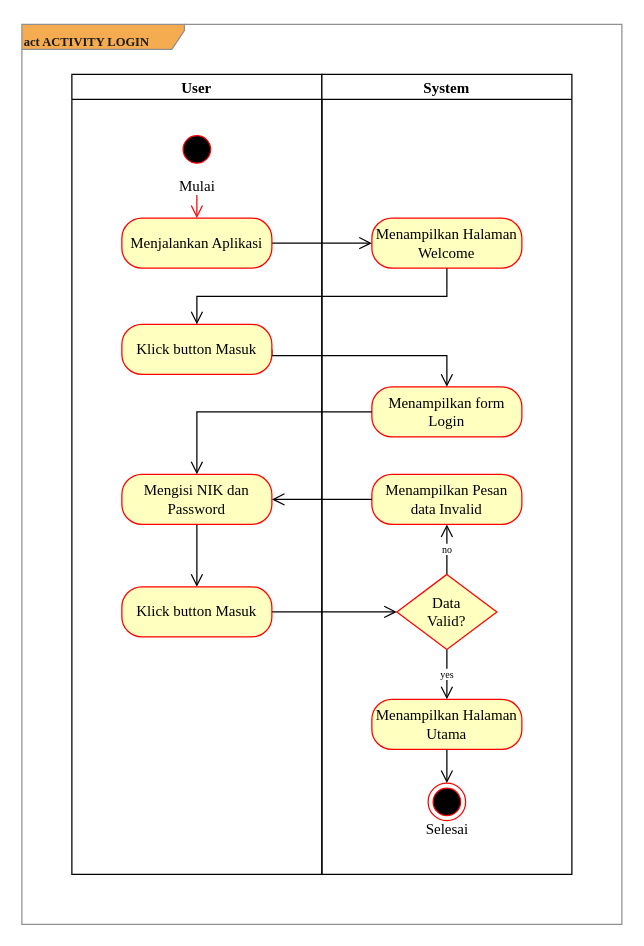
The draw.io diagram page "act-login" (2 of 4) of saga-activity-diagram-register.drawio in AkbarMarunduri/Saga-Diagram, before the edit. Source tidied: cells renumbered, new cells numbered last; positions are measured from the earlier drawing's top-left corner, leaving out a move shared by most shapes. Both pictures are drawn from the tidied source at 125%, with x=0, y=0 at pixel (21, 24).
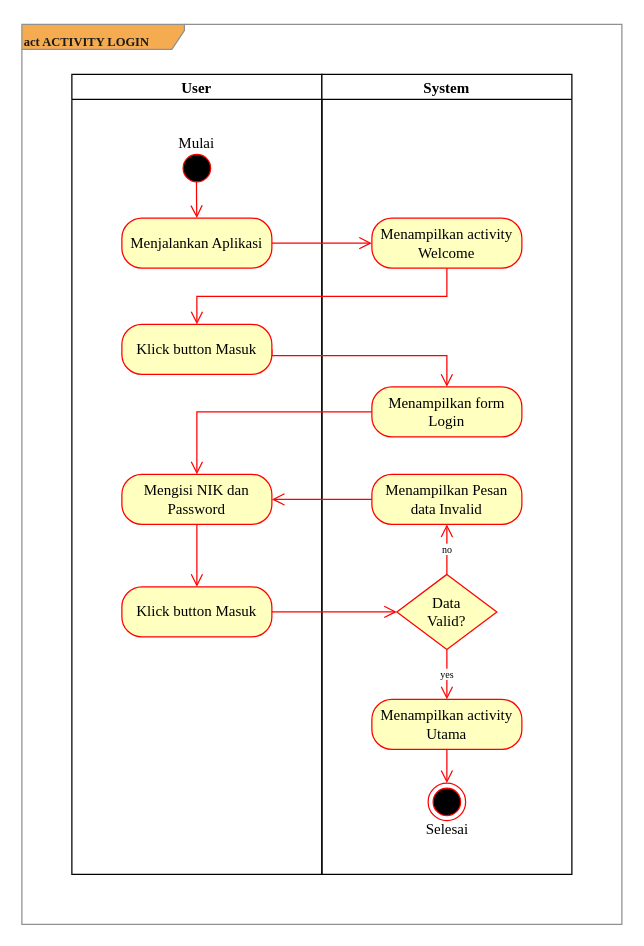
The same page after the edit.

The change refers to these unchanged cells:
```xml
<mxCell id="3" value="User" style="swimlane;startSize=20;hachureGap=4;fontFamily=Times New Roman;fontSize=12;align=center;" parent="1" vertex="1">
  <mxGeometry x="40" y="40" width="200" height="640" as="geometry" />
</mxCell>
<mxCell id="5" value="System" style="swimlane;startSize=20;hachureGap=4;fontFamily=Times New Roman;fontSize=12;align=center;" parent="1" vertex="1">
  <mxGeometry x="240" y="40" width="200" height="640" as="geometry" />
</mxCell>
<mxCell id="8" value="&lt;br&gt;&lt;br&gt;&lt;br&gt;Selesai" style="ellipse;html=1;shape=endState;fillColor=#000000;strokeColor=#ff0000;hachureGap=4;fontFamily=Times New Roman;fontSize=12;align=center;" parent="5" vertex="1">
  <mxGeometry x="85" y="567" width="30" height="30" as="geometry" />
</mxCell>
```

The edit, as a diff of the source:
```diff
@@
     <mxCell id="4" style="ellipse;html=1;shape=startState;fillColor=#000000;strokeColor=#ff0000;hachureGap=4;fontFamily=Times New Roman;fontSize=12;align=center;" parent="3" vertex="1">
-      <mxGeometry x="85" y="45" width="30" height="30" as="geometry" />
+      <mxGeometry x="85" y="60" width="30" height="30" as="geometry" />
     </mxCell>
@@
-    <mxCell id="6" value="Menampilkan Halaman Welcome" style="rounded=1;whiteSpace=wrap;html=1;arcSize=40;fontColor=#000000;fillColor=#ffffc0;strokeColor=#ff0000;hachureGap=4;fontFamily=Times New Roman;fontSize=12;align=center;" parent="5" vertex="1">
+    <mxCell id="6" value="Menampilkan activity Welcome" style="rounded=1;whiteSpace=wrap;html=1;arcSize=40;fontColor=#000000;fillColor=#ffffc0;strokeColor=#FF0000;hachureGap=4;fontFamily=Times New Roman;fontSize=12;align=center;" parent="5" vertex="1">
       <mxGeometry x="40" y="115" width="120" height="40" as="geometry" />
     </mxCell>
-    <mxCell id="7" value="Menampilkan form Login" style="rounded=1;whiteSpace=wrap;html=1;arcSize=40;fontColor=#000000;fillColor=#ffffc0;strokeColor=#ff0000;hachureGap=4;fontFamily=Times New Roman;fontSize=12;align=center;" parent="5" vertex="1">
+    <mxCell id="7" value="Menampilkan form Login" style="rounded=1;whiteSpace=wrap;html=1;arcSize=40;fontColor=#000000;fillColor=#ffffc0;strokeColor=#FF0000;hachureGap=4;fontFamily=Times New Roman;fontSize=12;align=center;" parent="5" vertex="1">
       <mxGeometry x="40" y="250" width="120" height="40" as="geometry" />
     </mxCell>
@@
-    <mxCell id="9" value="Menampilkan Pesan data Invalid" style="rounded=1;whiteSpace=wrap;html=1;arcSize=40;fontColor=#000000;fillColor=#ffffc0;strokeColor=#ff0000;hachureGap=4;fontFamily=Times New Roman;fontSize=12;align=center;" parent="5" vertex="1">
+    <mxCell id="9" value="Menampilkan Pesan data Invalid" style="rounded=1;whiteSpace=wrap;html=1;arcSize=40;fontColor=#000000;fillColor=#ffffc0;strokeColor=#FF0000;hachureGap=4;fontFamily=Times New Roman;fontSize=12;align=center;" parent="5" vertex="1">
       <mxGeometry x="40" y="320" width="120" height="40" as="geometry" />
     </mxCell>
-    <mxCell id="10" value="yes" style="edgeStyle=orthogonalEdgeStyle;rounded=0;hachureGap=4;jettySize=auto;html=1;exitX=0.5;exitY=1;exitDx=0;exitDy=0;entryX=0.5;entryY=0;entryDx=0;entryDy=0;fontFamily=Times New Roman;fontSize=8;endArrow=open;startSize=14;endSize=8;sourcePerimeterSpacing=8;targetPerimeterSpacing=8;" parent="5" edge="1" source="12" target="13">
+    <mxCell id="10" value="yes" style="edgeStyle=orthogonalEdgeStyle;rounded=0;hachureGap=4;jettySize=auto;html=1;exitX=0.5;exitY=1;exitDx=0;exitDy=0;entryX=0.5;entryY=0;entryDx=0;entryDy=0;fontFamily=Times New Roman;fontSize=8;endArrow=open;startSize=14;endSize=8;sourcePerimeterSpacing=8;targetPerimeterSpacing=8;strokeColor=#FF0000;" parent="5" edge="1" source="12" target="13">
       <mxGeometry relative="1" as="geometry" />
     </mxCell>
-    <mxCell id="11" value="no" style="edgeStyle=orthogonalEdgeStyle;rounded=0;hachureGap=4;jettySize=auto;html=1;exitX=0.5;exitY=0;exitDx=0;exitDy=0;entryX=0.5;entryY=1;entryDx=0;entryDy=0;fontFamily=Times New Roman;fontSize=8;endArrow=open;startSize=14;endSize=8;sourcePerimeterSpacing=8;targetPerimeterSpacing=8;" parent="5" edge="1" source="12" target="9">
+    <mxCell id="11" value="no" style="edgeStyle=orthogonalEdgeStyle;rounded=0;hachureGap=4;jettySize=auto;html=1;exitX=0.5;exitY=0;exitDx=0;exitDy=0;entryX=0.5;entryY=1;entryDx=0;entryDy=0;fontFamily=Times New Roman;fontSize=8;endArrow=open;startSize=14;endSize=8;sourcePerimeterSpacing=8;targetPerimeterSpacing=8;strokeColor=#FF0000;" parent="5" edge="1" source="12" target="9">
       <mxGeometry relative="1" as="geometry" />
     </mxCell>
-    <mxCell id="12" value="Data &lt;br&gt;Valid?" style="rhombus;whiteSpace=wrap;html=1;fillColor=#ffffc0;strokeColor=#ff0000;hachureGap=4;fontFamily=Times New Roman;fontSize=12;align=center;" parent="5" vertex="1">
+    <mxCell id="12" value="Data &lt;br&gt;Valid?" style="rhombus;whiteSpace=wrap;html=1;fillColor=#ffffc0;strokeColor=#FF0000;hachureGap=4;fontFamily=Times New Roman;fontSize=12;align=center;" parent="5" vertex="1">
       <mxGeometry x="60" y="400" width="80" height="60" as="geometry" />
     </mxCell>
-    <mxCell id="13" value="Menampilkan Halaman Utama" style="rounded=1;whiteSpace=wrap;html=1;arcSize=40;fontColor=#000000;fillColor=#ffffc0;strokeColor=#ff0000;hachureGap=4;fontFamily=Times New Roman;fontSize=12;align=center;" parent="5" vertex="1">
+    <mxCell id="13" value="Menampilkan activity Utama" style="rounded=1;whiteSpace=wrap;html=1;arcSize=40;fontColor=#000000;fillColor=#ffffc0;strokeColor=#FF0000;hachureGap=4;fontFamily=Times New Roman;fontSize=12;align=center;" parent="5" vertex="1">
       <mxGeometry x="40" y="500" width="120" height="40" as="geometry" />
     </mxCell>
-    <mxCell id="14" style="edgeStyle=orthogonalEdgeStyle;rounded=0;hachureGap=4;jettySize=auto;html=1;exitX=0.5;exitY=1;exitDx=0;exitDy=0;fontFamily=Times New Roman;fontSize=8;endArrow=open;startSize=14;endSize=8;sourcePerimeterSpacing=8;targetPerimeterSpacing=8;entryX=0.5;entryY=0;entryDx=0;entryDy=0;" parent="5" edge="1" source="13" target="8">
+    <mxCell id="14" style="edgeStyle=orthogonalEdgeStyle;rounded=0;hachureGap=4;jettySize=auto;html=1;exitX=0.5;exitY=1;exitDx=0;exitDy=0;fontFamily=Times New Roman;fontSize=8;endArrow=open;startSize=14;endSize=8;sourcePerimeterSpacing=8;targetPerimeterSpacing=8;entryX=0.5;entryY=0;entryDx=0;entryDy=0;strokeColor=#FF0000;" parent="5" edge="1" source="13" target="8">
       <mxGeometry relative="1" as="geometry" />
     </mxCell>
-    <mxCell id="15" style="edgeStyle=none;curved=1;rounded=0;hachureGap=4;jettySize=auto;html=1;exitX=1;exitY=0.5;exitDx=0;exitDy=0;entryX=0;entryY=0.5;entryDx=0;entryDy=0;fontFamily=Times New Roman;fontSize=8;endArrow=open;startSize=14;endSize=8;sourcePerimeterSpacing=8;targetPerimeterSpacing=8;" parent="1" edge="1" source="16" target="6">
+    <mxCell id="15" style="edgeStyle=none;curved=1;rounded=0;hachureGap=4;jettySize=auto;html=1;exitX=1;exitY=0.5;exitDx=0;exitDy=0;entryX=0;entryY=0.5;entryDx=0;entryDy=0;fontFamily=Times New Roman;fontSize=8;endArrow=open;startSize=14;endSize=8;sourcePerimeterSpacing=8;targetPerimeterSpacing=8;strokeColor=#FF0000;" parent="1" edge="1" source="16" target="6">
       <mxGeometry relative="1" as="geometry" />
     </mxCell>
-    <mxCell id="16" value="Menjalankan Aplikasi" style="rounded=1;whiteSpace=wrap;html=1;arcSize=40;fontColor=#000000;fillColor=#ffffc0;strokeColor=#ff0000;hachureGap=4;fontFamily=Times New Roman;fontSize=12;align=center;" parent="1" vertex="1">
+    <mxCell id="16" value="Menjalankan Aplikasi" style="rounded=1;whiteSpace=wrap;html=1;arcSize=40;fontColor=#000000;fillColor=#ffffc0;strokeColor=#FF0000;hachureGap=4;fontFamily=Times New Roman;fontSize=12;align=center;" parent="1" vertex="1">
       <mxGeometry x="80" y="155" width="120" height="40" as="geometry" />
     </mxCell>
-    <mxCell id="17" style="edgeStyle=orthogonalEdgeStyle;rounded=0;hachureGap=4;jettySize=auto;html=1;exitX=1;exitY=0.5;exitDx=0;exitDy=0;entryX=0.5;entryY=0;entryDx=0;entryDy=0;fontFamily=Times New Roman;fontSize=8;endArrow=open;startSize=14;endSize=8;sourcePerimeterSpacing=8;targetPerimeterSpacing=8;" parent="1" edge="1" source="18" target="7">
+    <mxCell id="17" style="edgeStyle=orthogonalEdgeStyle;rounded=0;hachureGap=4;jettySize=auto;html=1;exitX=1;exitY=0.5;exitDx=0;exitDy=0;entryX=0.5;entryY=0;entryDx=0;entryDy=0;fontFamily=Times New Roman;fontSize=8;endArrow=open;startSize=14;endSize=8;sourcePerimeterSpacing=8;targetPerimeterSpacing=8;strokeColor=#FF0000;" parent="1" edge="1" source="18" target="7">
       <mxGeometry relative="1" as="geometry">
         <Array as="points">
           <mxPoint x="340" y="265" />
         </Array>
       </mxGeometry>
     </mxCell>
-    <mxCell id="18" value="Klick button Masuk" style="rounded=1;whiteSpace=wrap;html=1;arcSize=40;fontColor=#000000;fillColor=#ffffc0;strokeColor=#ff0000;hachureGap=4;fontFamily=Times New Roman;fontSize=12;align=center;" parent="1" vertex="1">
+    <mxCell id="18" value="Klick button Masuk" style="rounded=1;whiteSpace=wrap;html=1;arcSize=40;fontColor=#000000;fillColor=#ffffc0;strokeColor=#FF0000;hachureGap=4;fontFamily=Times New Roman;fontSize=12;align=center;" parent="1" vertex="1">
       <mxGeometry x="80" y="240" width="120" height="40" as="geometry" />
     </mxCell>
-    <mxCell id="19" style="edgeStyle=orthogonalEdgeStyle;rounded=0;hachureGap=4;jettySize=auto;html=1;exitX=0.5;exitY=1;exitDx=0;exitDy=0;entryX=0.5;entryY=0;entryDx=0;entryDy=0;fontFamily=Times New Roman;fontSize=8;endArrow=open;startSize=14;endSize=8;sourcePerimeterSpacing=8;targetPerimeterSpacing=8;" parent="1" edge="1" source="20" target="22">
+    <mxCell id="19" style="edgeStyle=orthogonalEdgeStyle;rounded=0;hachureGap=4;jettySize=auto;html=1;exitX=0.5;exitY=1;exitDx=0;exitDy=0;entryX=0.5;entryY=0;entryDx=0;entryDy=0;fontFamily=Times New Roman;fontSize=8;endArrow=open;startSize=14;endSize=8;sourcePerimeterSpacing=8;targetPerimeterSpacing=8;strokeColor=#FF0000;" parent="1" edge="1" source="20" target="22">
       <mxGeometry relative="1" as="geometry" />
     </mxCell>
-    <mxCell id="20" value="Mengisi NIK dan Password" style="rounded=1;whiteSpace=wrap;html=1;arcSize=40;fontColor=#000000;fillColor=#ffffc0;strokeColor=#ff0000;hachureGap=4;fontFamily=Times New Roman;fontSize=12;align=center;" parent="1" vertex="1">
+    <mxCell id="20" value="Mengisi NIK dan Password" style="rounded=1;whiteSpace=wrap;html=1;arcSize=40;fontColor=#000000;fillColor=#ffffc0;strokeColor=#FF0000;hachureGap=4;fontFamily=Times New Roman;fontSize=12;align=center;" parent="1" vertex="1">
       <mxGeometry x="80" y="360" width="120" height="40" as="geometry" />
     </mxCell>
-    <mxCell id="21" style="edgeStyle=orthogonalEdgeStyle;rounded=0;hachureGap=4;jettySize=auto;html=1;exitX=1;exitY=0.5;exitDx=0;exitDy=0;entryX=0;entryY=0.5;entryDx=0;entryDy=0;fontFamily=Times New Roman;fontSize=8;endArrow=open;startSize=14;endSize=8;sourcePerimeterSpacing=8;targetPerimeterSpacing=8;" parent="1" edge="1" source="22" target="12">
+    <mxCell id="21" style="edgeStyle=orthogonalEdgeStyle;rounded=0;hachureGap=4;jettySize=auto;html=1;exitX=1;exitY=0.5;exitDx=0;exitDy=0;entryX=0;entryY=0.5;entryDx=0;entryDy=0;fontFamily=Times New Roman;fontSize=8;endArrow=open;startSize=14;endSize=8;sourcePerimeterSpacing=8;targetPerimeterSpacing=8;strokeColor=#FF0000;" parent="1" edge="1" source="22" target="12">
       <mxGeometry relative="1" as="geometry" />
     </mxCell>
-    <mxCell id="22" value="Klick button&amp;nbsp;Masuk" style="rounded=1;whiteSpace=wrap;html=1;arcSize=40;fontColor=#000000;fillColor=#ffffc0;strokeColor=#ff0000;hachureGap=4;fontFamily=Times New Roman;fontSize=12;align=center;" parent="1" vertex="1">
+    <mxCell id="22" value="Klick button&amp;nbsp;Masuk" style="rounded=1;whiteSpace=wrap;html=1;arcSize=40;fontColor=#000000;fillColor=#ffffc0;strokeColor=#FF0000;hachureGap=4;fontFamily=Times New Roman;fontSize=12;align=center;" parent="1" vertex="1">
       <mxGeometry x="80" y="450" width="120" height="40" as="geometry" />
     </mxCell>
-    <mxCell id="23" value="Mulai" style="edgeStyle=orthogonalEdgeStyle;html=1;verticalAlign=bottom;endArrow=open;endSize=8;strokeColor=#ff0000;rounded=0;hachureGap=4;fontFamily=Times New Roman;fontSize=12;sourcePerimeterSpacing=8;targetPerimeterSpacing=8;curved=1;entryX=0.5;entryY=0;entryDx=0;entryDy=0;" parent="1" edge="1" source="4" target="16">
+    <mxCell id="23" style="edgeStyle=orthogonalEdgeStyle;html=1;verticalAlign=bottom;endArrow=open;endSize=8;strokeColor=#ff0000;rounded=0;hachureGap=4;fontFamily=Times New Roman;fontSize=12;sourcePerimeterSpacing=8;targetPerimeterSpacing=8;curved=1;entryX=0.5;entryY=0;entryDx=0;entryDy=0;exitX=0.49;exitY=0.856;exitDx=0;exitDy=0;exitPerimeter=0;" parent="1" edge="1" source="4" target="16">
       <mxGeometry relative="1" as="geometry" />
     </mxCell>
-    <mxCell id="24" style="edgeStyle=orthogonalEdgeStyle;rounded=0;hachureGap=4;jettySize=auto;html=1;exitX=0.5;exitY=1;exitDx=0;exitDy=0;entryX=0.5;entryY=0;entryDx=0;entryDy=0;fontFamily=Times New Roman;fontSize=8;endArrow=open;startSize=14;endSize=8;sourcePerimeterSpacing=8;targetPerimeterSpacing=8;" parent="1" edge="1" source="6" target="18">
+    <mxCell id="24" style="edgeStyle=orthogonalEdgeStyle;rounded=0;hachureGap=4;jettySize=auto;html=1;exitX=0.5;exitY=1;exitDx=0;exitDy=0;entryX=0.5;entryY=0;entryDx=0;entryDy=0;fontFamily=Times New Roman;fontSize=8;endArrow=open;startSize=14;endSize=8;sourcePerimeterSpacing=8;targetPerimeterSpacing=8;strokeColor=#FF0000;" parent="1" edge="1" source="6" target="18">
       <mxGeometry relative="1" as="geometry" />
     </mxCell>
-    <mxCell id="25" style="edgeStyle=orthogonalEdgeStyle;rounded=0;hachureGap=4;jettySize=auto;html=1;exitX=0;exitY=0.5;exitDx=0;exitDy=0;entryX=0.5;entryY=0;entryDx=0;entryDy=0;fontFamily=Times New Roman;fontSize=8;endArrow=open;startSize=14;endSize=8;sourcePerimeterSpacing=8;targetPerimeterSpacing=8;" parent="1" edge="1" source="7" target="20">
+    <mxCell id="25" style="edgeStyle=orthogonalEdgeStyle;rounded=0;hachureGap=4;jettySize=auto;html=1;exitX=0;exitY=0.5;exitDx=0;exitDy=0;entryX=0.5;entryY=0;entryDx=0;entryDy=0;fontFamily=Times New Roman;fontSize=8;endArrow=open;startSize=14;endSize=8;sourcePerimeterSpacing=8;targetPerimeterSpacing=8;strokeColor=#FF0000;" parent="1" edge="1" source="7" target="20">
       <mxGeometry relative="1" as="geometry" />
     </mxCell>
-    <mxCell id="26" style="edgeStyle=orthogonalEdgeStyle;rounded=0;hachureGap=4;jettySize=auto;html=1;exitX=0;exitY=0.5;exitDx=0;exitDy=0;entryX=1;entryY=0.5;entryDx=0;entryDy=0;fontFamily=Times New Roman;fontSize=8;endArrow=open;startSize=14;endSize=8;sourcePerimeterSpacing=8;targetPerimeterSpacing=8;" parent="1" edge="1" source="9" target="20">
+    <mxCell id="26" style="edgeStyle=orthogonalEdgeStyle;rounded=0;hachureGap=4;jettySize=auto;html=1;exitX=0;exitY=0.5;exitDx=0;exitDy=0;entryX=1;entryY=0.5;entryDx=0;entryDy=0;fontFamily=Times New Roman;fontSize=8;endArrow=open;startSize=14;endSize=8;sourcePerimeterSpacing=8;targetPerimeterSpacing=8;strokeColor=#FF0000;" parent="1" edge="1" source="9" target="20">
       <mxGeometry relative="1" as="geometry" />
     </mxCell>
+    <mxCell id="27" value="&lt;font style=&quot;font-size: 12px&quot;&gt;Mulai&lt;/font&gt;" style="text;html=1;strokeColor=none;fillColor=none;align=center;verticalAlign=middle;whiteSpace=wrap;rounded=0;hachureGap=4;fontFamily=Times New Roman;fontSize=8;" parent="1" vertex="1">
+      <mxGeometry x="110" y="80" width="60" height="30" as="geometry" />
+    </mxCell>
```
